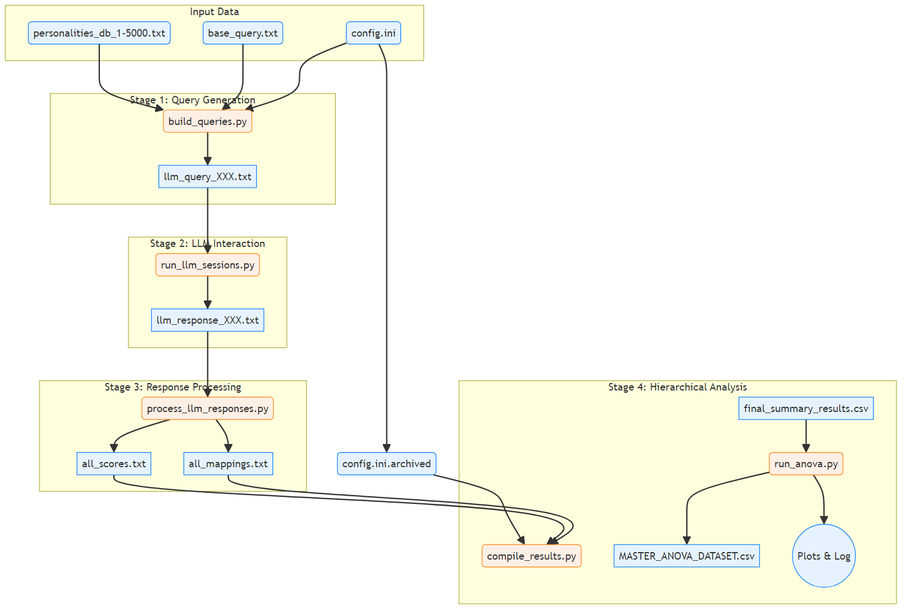
Before: docs/images/architecture_data_flow.png, a diagram exported from Mermaid (peterjmarko/llm-narrative-framework). Its source is kept beside it as docs/diagrams/architecture_data_flow.mmd.
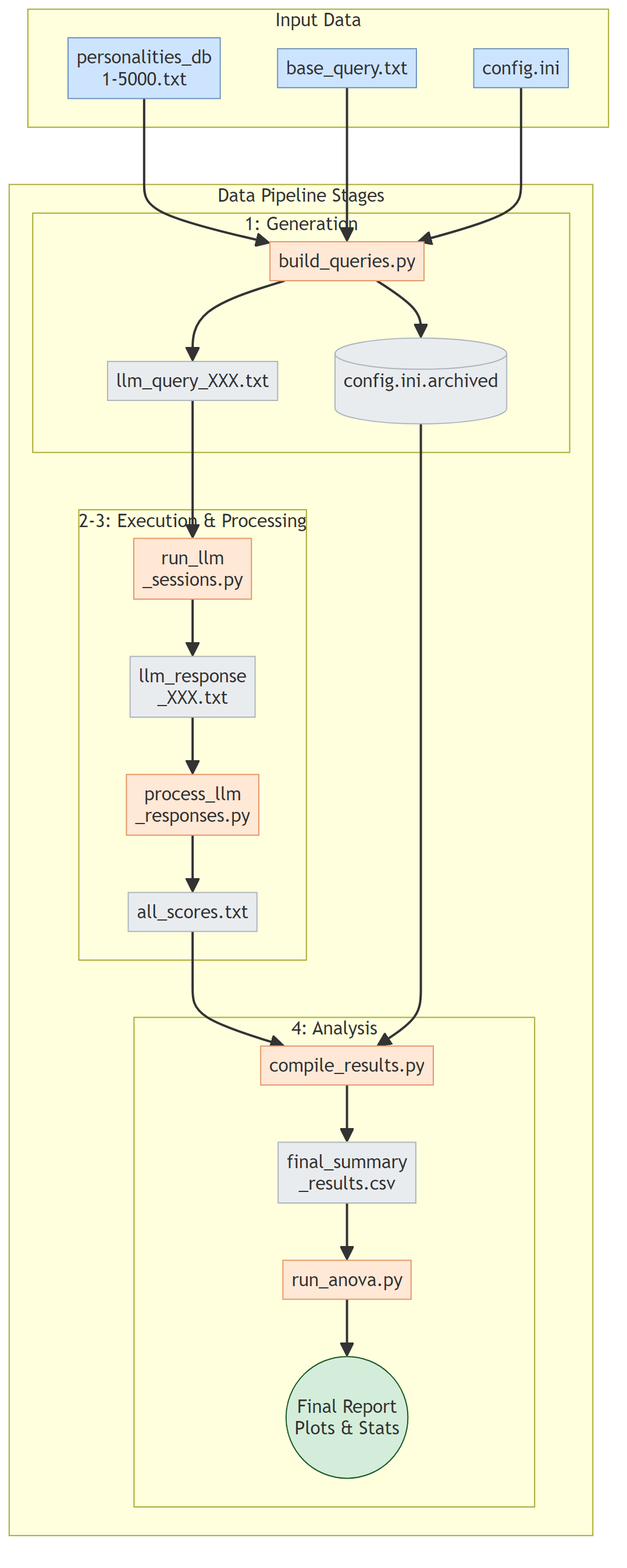
Later version of the same file.

Diff of the diagram source:
```diff
@@ -1,46 +1,32 @@
 graph TD
     subgraph "Input Data"
-        direction TB
-        A1(personalities_db_1-5000.txt)
-        A2(base_query.txt)
-        A3(config.ini)
+        direction LR
+        Input_PDB["personalities_db<br/>1-5000.txt"]:::input
+        Input_Query["base_query.txt"]:::input
+        Input_Config["config.ini"]:::input
     end
 
-    subgraph "Stage 1: Query Generation"
-        direction TB
-        B(build_queries.py)
-        B --> C[llm_query_XXX.txt]
+    subgraph "Data Pipeline Stages"
+        direction LR
+        subgraph "1: Generation"
+             Script1["build_queries.py"]:::script --> Art1["llm_query_XXX.txt"]:::artifact
+             Script1 --> Art1_archive[("config.ini.archived")]:::artifact
+        end
+        subgraph "2-3: Execution & Processing"
+            Script2["run_llm<br/>_sessions.py"]:::script --> Art2["llm_response<br/>_XXX.txt"]:::artifact
+            Art2 --> Script3["process_llm<br/>_responses.py"]:::script --> Art3["all_scores.txt"]:::artifact
+        end
+        subgraph "4: Analysis"
+             Script4a["compile_results.py"]:::script --> Art4["final_summary<br/>_results.csv"]:::artifact
+             Art4 --> Script4b["run_anova.py"]:::script --> Art_Final(("Final Report<br/>Plots & Stats")):::final
+        end
     end
 
-    subgraph "Stage 2: LLM Interaction"
-        direction TB
-        D(run_llm_sessions.py)
-        D --> E[llm_response_XXX.txt]
-    end
+    Input_PDB & Input_Query & Input_Config --> Script1
+    Art1 --> Script2
+    Art3 & Art1_archive --> Script4a
 
-    subgraph "Stage 3: Response Processing"
-        direction TB
-        F(process_llm_responses.py)
-        F --> G[all_scores.txt]
-        F --> H[all_mappings.txt]
-    end
-
-    subgraph "Stage 4: Hierarchical Analysis"
-        direction TB
-        I(compile_results.py)
-        J(run_anova.py)
-        K_final[final_summary_results.csv] --> J
-        J --> L[MASTER_ANOVA_DATASET.csv]
-        J --> N((Plots & Log))
-    end
-
-    A1 & A2 & A3 --> B
-    C --> D
-    E --> F
-    A3 --> O(config.ini.archived):::Data
-    O & G & H --> I
-
-    classDef Data fill:#e6f3ff,stroke:#007bff
-    classDef Script fill:#fff0e6,stroke:#ff7f0e
-    class A1,A2,A3,C,E,G,H,K_final,L,N,O Data
-    class B,D,F,I,J Script
+    classDef input fill:#cde4ff,stroke:#6c93be,color:#333
+    classDef script fill:#ffe8d6,stroke:#e59866,color:#333
+    classDef artifact fill:#e9ecef,stroke:#adb5bd,color:#333
+    classDef final fill:#d4edda,stroke:#155724,color:#333 font-weight:bold
```
